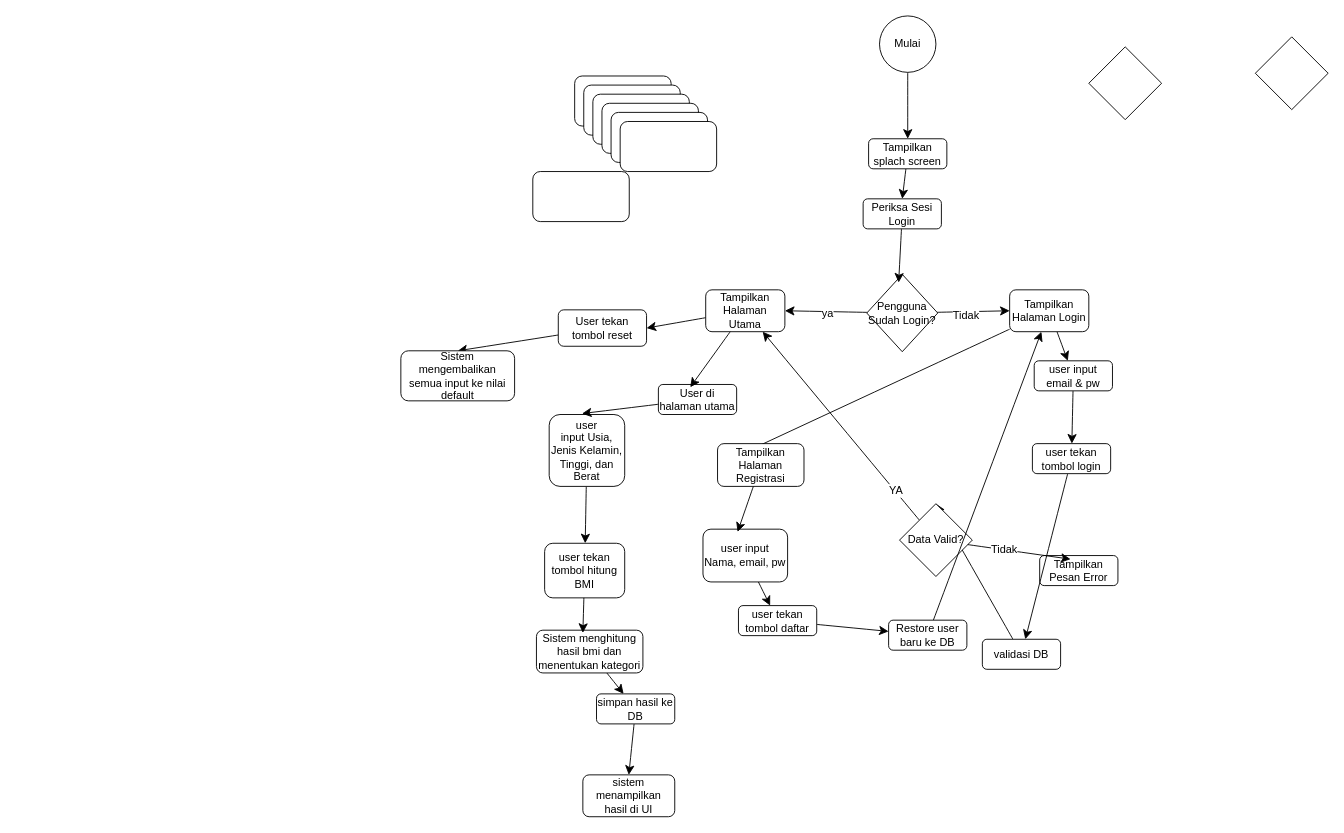
Rizkyhnkw/diagram keeps this draw.io diagram as uasmobile.drawio. Above is the earlier version. Source tidied: cells renumbered, new cells numbered last; positions are measured from the earlier drawing's top-left corner, leaving out a move shared by most shapes. Both pictures are drawn from the tidied source at 91%, with x=0, y=0 at pixel (400, 15).
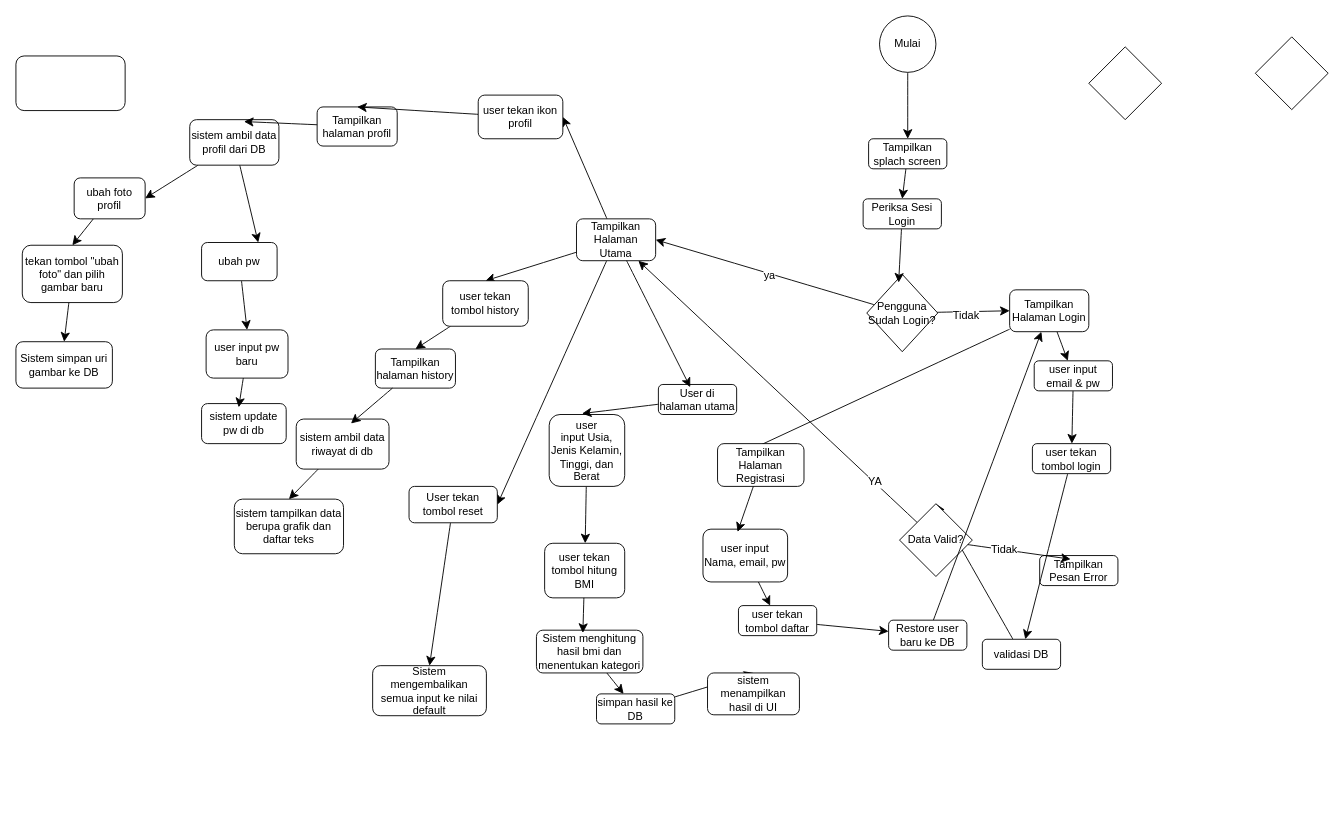
Above is the later version.

The edit, as a diff of the source:
```diff
@@
+    <mxCell id="63" style="edgeStyle=none;curved=1;rounded=0;jettySize=auto;html=1;entryX=1;entryY=0.5;entryDx=0;entryDy=0;fontSize=12;startSize=8;endSize=8;" parent="1" edge="1" source="23" target="58">
+      <mxGeometry relative="1" as="geometry" />
+    </mxCell>
+    <mxCell id="64" style="edgeStyle=none;curved=1;rounded=0;jettySize=auto;html=1;entryX=0.5;entryY=0;entryDx=0;entryDy=0;fontSize=12;startSize=8;endSize=8;" parent="1" edge="1" source="23" target="52">
+      <mxGeometry relative="1" as="geometry" />
+    </mxCell>
     <mxCell id="23" value="Tampilkan Halaman Utama" style="rounded=1;whiteSpace=wrap;html=1;" parent="1" vertex="1">
-      <mxGeometry x="335" y="301" width="87" height="46" as="geometry" />
+      <mxGeometry x="193" y="223" width="87" height="46" as="geometry" />
     </mxCell>
@@
     <mxCell id="51" value="sistem menampilkan hasil di UI" style="rounded=1;whiteSpace=wrap;html=1;" parent="1" vertex="1">
-      <mxGeometry x="200" y="834" width="101" height="46" as="geometry" />
+      <mxGeometry x="337" y="722" width="101" height="46" as="geometry" />
     </mxCell>
+    <mxCell id="65" style="edgeStyle=none;curved=1;rounded=0;jettySize=auto;html=1;entryX=0.5;entryY=0;entryDx=0;entryDy=0;fontSize=12;startSize=8;endSize=8;" parent="1" edge="1" source="52" target="77">
+      <mxGeometry relative="1" as="geometry" />
+    </mxCell>
-    <mxCell id="52" style="rounded=1;whiteSpace=wrap;html=1;" parent="1" vertex="1">
-      <mxGeometry x="191" y="66" width="106" height="55" as="geometry" />
+    <mxCell id="52" value="user tekan tombol history" style="rounded=1;whiteSpace=wrap;html=1;" parent="1" vertex="1">
+      <mxGeometry x="46" y="291" width="94" height="50" as="geometry" />
     </mxCell>
+    <mxCell id="66" style="edgeStyle=none;curved=1;rounded=0;jettySize=auto;html=1;entryX=0.5;entryY=0;entryDx=0;entryDy=0;fontSize=12;startSize=8;endSize=8;" parent="1" edge="1" source="53" target="74">
+      <mxGeometry relative="1" as="geometry" />
+    </mxCell>
-    <mxCell id="53" style="rounded=1;whiteSpace=wrap;html=1;" parent="1" vertex="1">
-      <mxGeometry x="201" y="76" width="106" height="55" as="geometry" />
+    <mxCell id="53" value="tekan tombol &quot;ubah foto&quot; dan pilih gambar baru" style="rounded=1;whiteSpace=wrap;html=1;" parent="1" vertex="1">
+      <mxGeometry x="-416" y="252" width="110" height="63" as="geometry" />
     </mxCell>
+    <mxCell id="67" style="edgeStyle=none;curved=1;rounded=0;jettySize=auto;html=1;entryX=0.5;entryY=0;entryDx=0;entryDy=0;fontSize=12;startSize=8;endSize=8;" parent="1" edge="1" source="54" target="53">
+      <mxGeometry relative="1" as="geometry" />
+    </mxCell>
-    <mxCell id="54" style="rounded=1;whiteSpace=wrap;html=1;" parent="1" vertex="1">
-      <mxGeometry x="211" y="86" width="106" height="55" as="geometry" />
+    <mxCell id="54" value="ubah foto profil" style="rounded=1;whiteSpace=wrap;html=1;" parent="1" vertex="1">
+      <mxGeometry x="-359" y="178" width="78" height="45" as="geometry" />
     </mxCell>
+    <mxCell id="68" style="edgeStyle=none;curved=1;rounded=0;jettySize=auto;html=1;entryX=1;entryY=0.5;entryDx=0;entryDy=0;fontSize=12;startSize=8;endSize=8;" parent="1" edge="1" source="55" target="54">
+      <mxGeometry relative="1" as="geometry" />
+    </mxCell>
+    <mxCell id="69" style="edgeStyle=none;curved=1;rounded=0;jettySize=auto;html=1;entryX=0.75;entryY=0;entryDx=0;entryDy=0;fontSize=12;startSize=8;endSize=8;" parent="1" edge="1" source="55" target="56">
+      <mxGeometry relative="1" as="geometry" />
+    </mxCell>
-    <mxCell id="55" style="rounded=1;whiteSpace=wrap;html=1;" parent="1" vertex="1">
-      <mxGeometry x="221" y="96" width="106" height="55" as="geometry" />
+    <mxCell id="55" value="sistem ambil data profil dari DB" style="rounded=1;whiteSpace=wrap;html=1;" parent="1" vertex="1">
+      <mxGeometry x="-232" y="114" width="98" height="50" as="geometry" />
     </mxCell>
+    <mxCell id="70" style="edgeStyle=none;curved=1;rounded=0;jettySize=auto;html=1;entryX=0.5;entryY=0;entryDx=0;entryDy=0;fontSize=12;startSize=8;endSize=8;" parent="1" edge="1" source="56" target="73">
+      <mxGeometry relative="1" as="geometry" />
+    </mxCell>
-    <mxCell id="56" style="rounded=1;whiteSpace=wrap;html=1;" parent="1" vertex="1">
-      <mxGeometry x="231" y="106" width="106" height="55" as="geometry" />
+    <mxCell id="56" value="ubah pw" style="rounded=1;whiteSpace=wrap;html=1;" parent="1" vertex="1">
+      <mxGeometry x="-219" y="249" width="83" height="42" as="geometry" />
     </mxCell>
-    <mxCell id="57" style="rounded=1;whiteSpace=wrap;html=1;" parent="1" vertex="1">
-      <mxGeometry x="241" y="116" width="106" height="55" as="geometry" />
+    <mxCell id="57" value="Tampilkan halaman profil" style="rounded=1;whiteSpace=wrap;html=1;" parent="1" vertex="1">
+      <mxGeometry x="-92" y="100" width="88" height="43" as="geometry" />
     </mxCell>
+    <mxCell id="71" style="edgeStyle=none;curved=1;rounded=0;jettySize=auto;html=1;entryX=0.5;entryY=0;entryDx=0;entryDy=0;fontSize=12;startSize=8;endSize=8;" parent="1" edge="1" source="58" target="57">
+      <mxGeometry relative="1" as="geometry" />
+    </mxCell>
-    <mxCell id="58" style="rounded=1;whiteSpace=wrap;html=1;" parent="1" vertex="1">
-      <mxGeometry x="145" y="171" width="106" height="55" as="geometry" />
+    <mxCell id="58" value="user tekan ikon profil" style="rounded=1;whiteSpace=wrap;html=1;" parent="1" vertex="1">
+      <mxGeometry x="85" y="87" width="93" height="48" as="geometry" />
     </mxCell>
@@
     <mxCell id="60" value="User tekan tombol reset" style="rounded=1;whiteSpace=wrap;html=1;" parent="1" vertex="1">
-      <mxGeometry x="173" y="323" width="97" height="40" as="geometry" />
+      <mxGeometry x="9" y="517" width="97" height="40" as="geometry" />
     </mxCell>
@@
     <mxCell id="62" value="Sistem mengembalikan semua input ke nilai default" style="rounded=1;whiteSpace=wrap;html=1;" parent="1" vertex="1">
-      <mxGeometry y="368" width="125" height="55" as="geometry" />
+      <mxGeometry x="-31" y="714" width="125" height="55" as="geometry" />
     </mxCell>
+    <mxCell id="72" style="edgeStyle=none;curved=1;rounded=0;jettySize=auto;html=1;entryX=0.608;entryY=0.042;entryDx=0;entryDy=0;entryPerimeter=0;fontSize=12;startSize=8;endSize=8;" parent="1" edge="1" source="57" target="55">
+      <mxGeometry relative="1" as="geometry" />
+    </mxCell>
+    <mxCell id="73" value="user input pw baru" style="rounded=1;whiteSpace=wrap;html=1;" parent="1" vertex="1">
+      <mxGeometry x="-214" y="345" width="90" height="53" as="geometry" />
+    </mxCell>
+    <mxCell id="74" value="Sistem simpan uri gambar ke DB" style="rounded=1;whiteSpace=wrap;html=1;" parent="1" vertex="1">
+      <mxGeometry x="-423" y="358" width="106" height="51" as="geometry" />
+    </mxCell>
+    <mxCell id="75" value="sistem update pw di db" style="rounded=1;whiteSpace=wrap;html=1;" parent="1" vertex="1">
+      <mxGeometry x="-219" y="426" width="93" height="44" as="geometry" />
+    </mxCell>
+    <mxCell id="76" style="edgeStyle=none;curved=1;rounded=0;jettySize=auto;html=1;entryX=0.439;entryY=0.093;entryDx=0;entryDy=0;entryPerimeter=0;fontSize=12;startSize=8;endSize=8;" parent="1" edge="1" source="73" target="75">
+      <mxGeometry relative="1" as="geometry" />
+    </mxCell>
+    <mxCell id="77" value="Tampilkan halaman history" style="rounded=1;whiteSpace=wrap;html=1;" parent="1" vertex="1">
+      <mxGeometry x="-28" y="366" width="88" height="43" as="geometry" />
+    </mxCell>
+    <mxCell id="78" style="rounded=1;whiteSpace=wrap;html=1;" parent="1" vertex="1">
+      <mxGeometry x="-423" y="44" width="120" height="60" as="geometry" />
+    </mxCell>
+    <mxCell id="79" value="sistem tampilkan data berupa grafik dan daftar teks" style="rounded=1;whiteSpace=wrap;html=1;" parent="1" vertex="1">
+      <mxGeometry x="-183" y="531" width="120" height="60" as="geometry" />
+    </mxCell>
+    <mxCell id="80" style="edgeStyle=none;curved=1;rounded=0;jettySize=auto;html=1;entryX=0.5;entryY=0;entryDx=0;entryDy=0;fontSize=12;startSize=8;endSize=8;" parent="1" edge="1" source="81" target="79">
+      <mxGeometry relative="1" as="geometry" />
+    </mxCell>
+    <mxCell id="81" value="sistem ambil data riwayat di db" style="rounded=1;whiteSpace=wrap;html=1;" parent="1" vertex="1">
+      <mxGeometry x="-115" y="443" width="102" height="55" as="geometry" />
+    </mxCell>
+    <mxCell id="82" style="edgeStyle=none;curved=1;rounded=0;jettySize=auto;html=1;entryX=0.59;entryY=0.088;entryDx=0;entryDy=0;entryPerimeter=0;fontSize=12;startSize=8;endSize=8;" parent="1" edge="1" source="77" target="81">
+      <mxGeometry relative="1" as="geometry" />
+    </mxCell>
```
